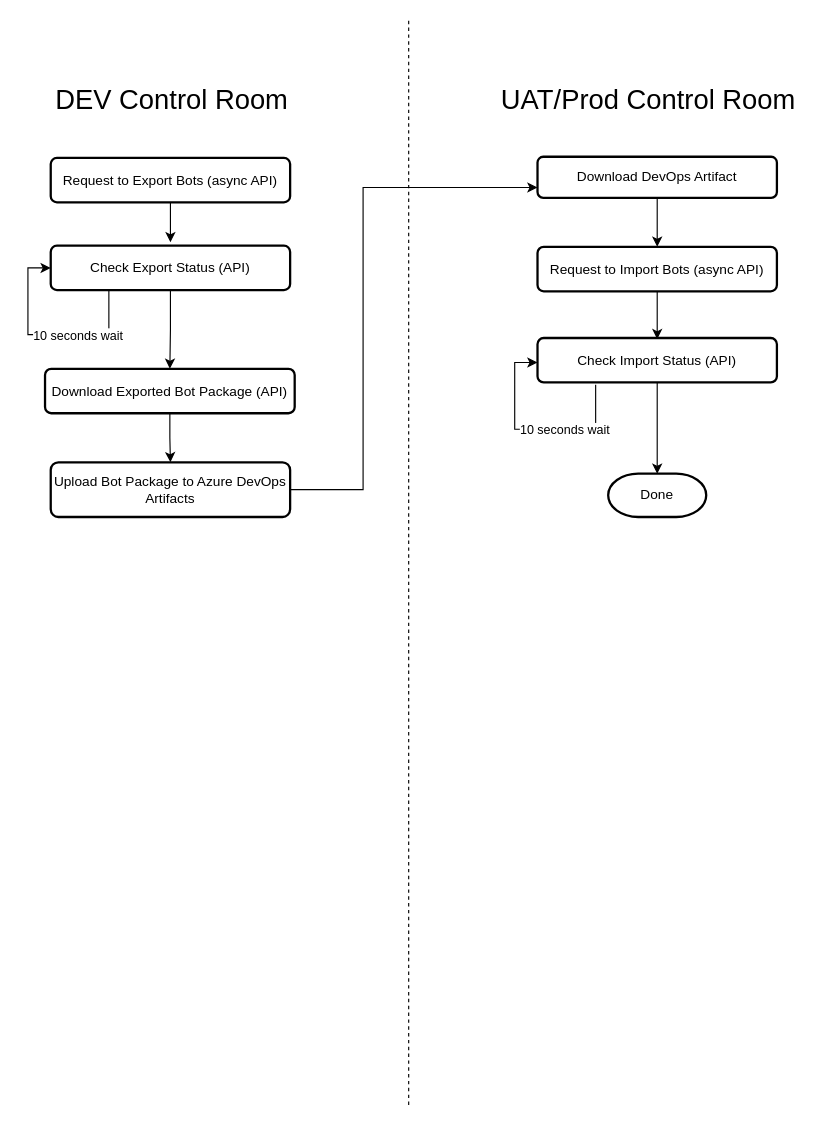
Above: diagram.drawio in arinco-crew-community/automation-anywhere-devops (draw.io), before the change. Source tidied: cells renumbered, new cells numbered last; positions are measured from the earlier drawing's top-left corner, leaving out a move shared by most shapes. Both pictures are drawn from the tidied source at 114%, with x=0, y=0 at pixel (27, 19).
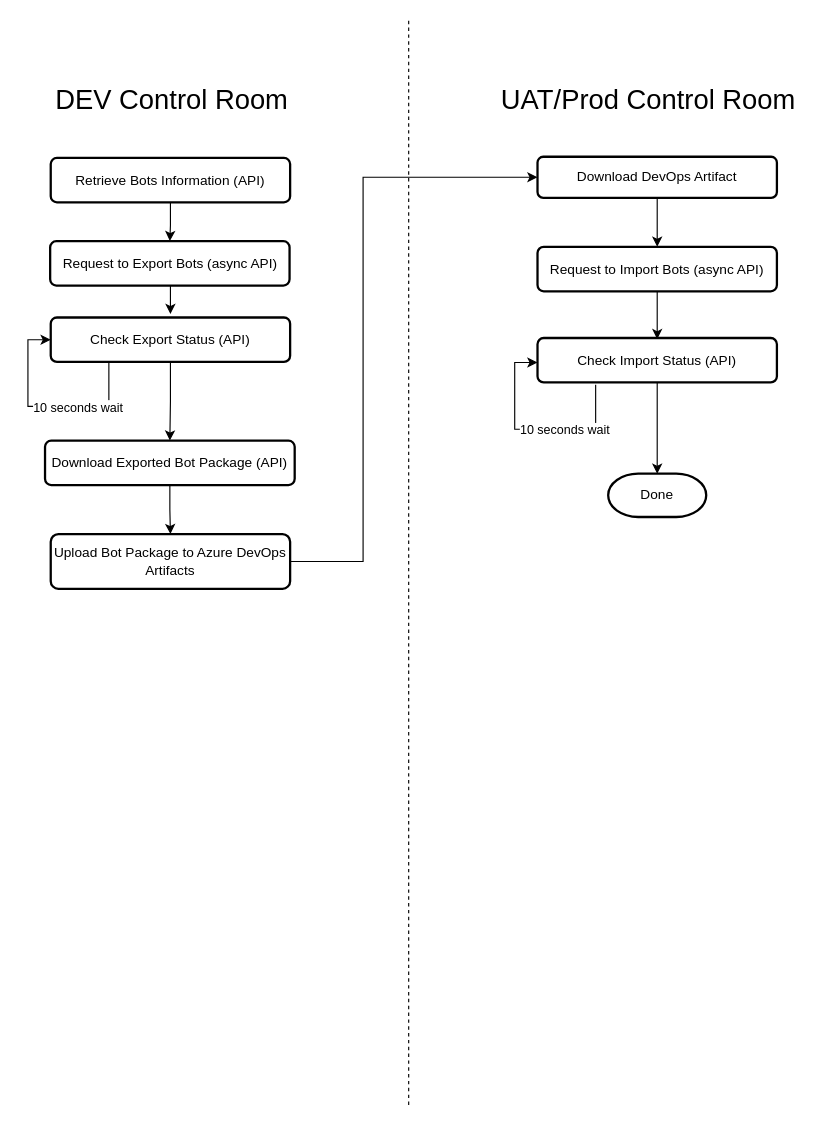
Above is the later version.

The change refers to these unchanged cells:
```xml
<mxCell id="14" value="Download DevOps Artifact" style="whiteSpace=wrap;html=1;rounded=1;arcSize=14;strokeWidth=2;" parent="1" vertex="1">
  <mxGeometry x="447" y="120" width="210" height="36" as="geometry" />
</mxCell>
```

What changed in the source:
```diff
@@
     <mxCell id="6" value="Check Export Status (API)" style="whiteSpace=wrap;html=1;rounded=1;arcSize=14;strokeWidth=2;" parent="1" vertex="1">
-      <mxGeometry x="20" y="198" width="210" height="39" as="geometry" />
+      <mxGeometry x="20" y="261" width="210" height="39" as="geometry" />
     </mxCell>
     <mxCell id="7" style="edgeStyle=orthogonalEdgeStyle;rounded=0;orthogonalLoop=1;jettySize=auto;html=1;" parent="1" edge="1">
       <mxGeometry relative="1" as="geometry">
-        <mxPoint x="125" y="157" as="sourcePoint" />
-        <mxPoint x="125" y="195" as="targetPoint" />
+        <mxPoint x="125" y="220" as="sourcePoint" />
+        <mxPoint x="125" y="258" as="targetPoint" />
       </mxGeometry>
     </mxCell>
+    <mxCell id="24" style="edgeStyle=orthogonalEdgeStyle;rounded=0;jettySize=auto;html=1;" parent="1" edge="1" source="8" target="25">
+      <mxGeometry relative="1" as="geometry" />
+    </mxCell>
-    <mxCell id="8" value="Request to Export Bots (async API)" style="whiteSpace=wrap;html=1;rounded=1;arcSize=14;strokeWidth=2;" parent="1" vertex="1">
+    <mxCell id="8" value="Retrieve Bots Information (API)" style="whiteSpace=wrap;html=1;rounded=1;arcSize=14;strokeWidth=2;" parent="1" vertex="1">
       <mxGeometry x="20" y="121" width="210" height="39" as="geometry" />
     </mxCell>
@@
     <mxCell id="10" value="Download Exported Bot Package (API)" style="whiteSpace=wrap;html=1;rounded=1;arcSize=14;strokeWidth=2;" parent="1" vertex="1">
-      <mxGeometry x="15" y="306" width="219" height="39" as="geometry" />
+      <mxGeometry x="15" y="369" width="219" height="39" as="geometry" />
     </mxCell>
@@
-    <mxCell id="15" style="edgeStyle=orthogonalEdgeStyle;rounded=0;jettySize=auto;html=1;entryX=0;entryY=0.75;entryDx=0;entryDy=0;" parent="1" edge="1" source="16" target="14">
+    <mxCell id="15" style="edgeStyle=orthogonalEdgeStyle;rounded=0;jettySize=auto;html=1;entryX=0;entryY=0.5;entryDx=0;entryDy=0;" parent="1" edge="1" source="16" target="14">
       <mxGeometry relative="1" as="geometry">
         <Array as="points">
-          <mxPoint x="294" y="412" />
-          <mxPoint x="294" y="147" />
+          <mxPoint x="294" y="475" />
+          <mxPoint x="294" y="138" />
         </Array>
       </mxGeometry>
     </mxCell>
     <mxCell id="16" value="Upload Bot Package to Azure DevOps Artifacts" style="whiteSpace=wrap;html=1;rounded=1;arcSize=14;strokeWidth=2;" parent="1" vertex="1">
-      <mxGeometry x="20" y="388" width="210" height="48" as="geometry" />
+      <mxGeometry x="20" y="451" width="210" height="48" as="geometry" />
     </mxCell>
@@
     <mxCell id="18" style="edgeStyle=orthogonalEdgeStyle;rounded=0;orthogonalLoop=1;jettySize=auto;html=1;entryX=0;entryY=0.5;entryDx=0;entryDy=0;" parent="1" edge="1">
       <mxGeometry relative="1" as="geometry">
-        <mxPoint x="71" y="237" as="sourcePoint" />
-        <mxPoint x="20" y="217.5" as="targetPoint" />
+        <mxPoint x="71" y="300" as="sourcePoint" />
+        <mxPoint x="20" y="280.5" as="targetPoint" />
         <Array as="points">
-          <mxPoint x="71" y="276" />
-          <mxPoint y="276" />
-          <mxPoint y="218" />
+          <mxPoint x="71" y="339" />
+          <mxPoint y="339" />
+          <mxPoint y="281" />
         </Array>
       </mxGeometry>
     </mxCell>
@@
+    <mxCell id="25" value="Request to Export Bots (async API)" style="whiteSpace=wrap;html=1;rounded=1;arcSize=14;strokeWidth=2;" parent="1" vertex="1">
+      <mxGeometry x="19.5" y="194" width="210" height="39" as="geometry" />
+    </mxCell>
```
